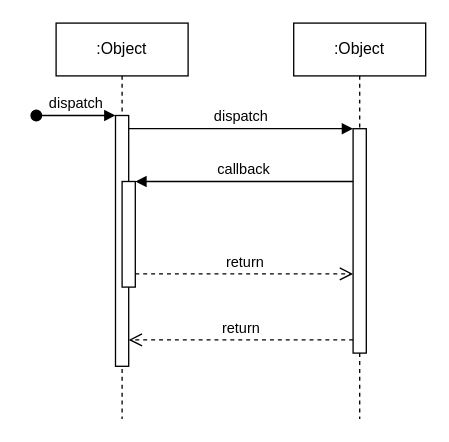
The draw.io diagram Docs/Untitled Diagram.drawio in CrashingGuru/FGAN-Build-a-thon, before the edit. Source tidied: cells renumbered, new cells numbered last; positions are measured from the earlier drawing's top-left corner, leaving out a move shared by most shapes. Both pictures are drawn from the tidied source at 132%, with x=0, y=0 at pixel (36, 22).
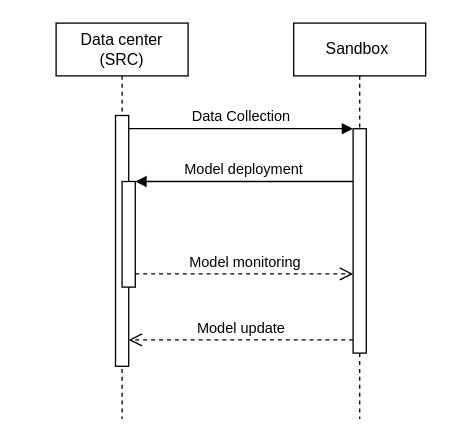
Above is the later version.

The edit, as a diff of the source:
```diff
@@
 <mxGraphModel>
   <root>
     <mxCell id="0" />
     <mxCell id="1" parent="0" />
-    <mxCell id="2" value=":Object" style="shape=umlLifeline;perimeter=lifelinePerimeter;whiteSpace=wrap;html=1;newEdgeStyle={&quot;edgeStyle&quot;:&quot;elbowEdgeStyle&quot;,&quot;elbow&quot;:&quot;vertical&quot;,&quot;curved&quot;:0,&quot;rounded&quot;:0};" parent="1" vertex="1">
+    <mxCell id="2" value="Data center (SRC)" style="shape=umlLifeline;perimeter=lifelinePerimeter;whiteSpace=wrap;html=1;newEdgeStyle={&quot;edgeStyle&quot;:&quot;elbowEdgeStyle&quot;,&quot;elbow&quot;:&quot;vertical&quot;,&quot;curved&quot;:0,&quot;rounded&quot;:0};" parent="1" vertex="1">
       <mxGeometry x="15" width="100" height="300" as="geometry" />
     </mxCell>
     <mxCell id="3" style="html=1;points=[];perimeter=orthogonalPerimeter;outlineConnect=0;targetShapes=umlLifeline;portConstraint=eastwest;newEdgeStyle={&quot;edgeStyle&quot;:&quot;elbowEdgeStyle&quot;,&quot;elbow&quot;:&quot;vertical&quot;,&quot;curved&quot;:0,&quot;rounded&quot;:0};" parent="2" vertex="1">
       <mxGeometry x="45" y="70" width="10" height="190" as="geometry" />
     </mxCell>
-    <mxCell id="4" value="dispatch" style="html=1;verticalAlign=bottom;startArrow=oval;endArrow=block;startSize=8;edgeStyle=elbowEdgeStyle;elbow=vertical;curved=0;rounded=0;" parent="2" edge="1" target="3">
-      <mxGeometry relative="1" as="geometry">
-        <mxPoint x="-15" y="70" as="sourcePoint" />
-      </mxGeometry>
-    </mxCell>
     <mxCell id="5" style="html=1;points=[];perimeter=orthogonalPerimeter;outlineConnect=0;targetShapes=umlLifeline;portConstraint=eastwest;newEdgeStyle={&quot;edgeStyle&quot;:&quot;elbowEdgeStyle&quot;,&quot;elbow&quot;:&quot;vertical&quot;,&quot;curved&quot;:0,&quot;rounded&quot;:0};" parent="2" vertex="1">
       <mxGeometry x="50" y="120" width="10" height="80" as="geometry" />
     </mxCell>
-    <mxCell id="6" value=":Object" style="shape=umlLifeline;perimeter=lifelinePerimeter;whiteSpace=wrap;html=1;newEdgeStyle={&quot;edgeStyle&quot;:&quot;elbowEdgeStyle&quot;,&quot;elbow&quot;:&quot;vertical&quot;,&quot;curved&quot;:0,&quot;rounded&quot;:0};" parent="1" vertex="1">
+    <mxCell id="6" value="Sandbox&amp;nbsp;" style="shape=umlLifeline;perimeter=lifelinePerimeter;whiteSpace=wrap;html=1;newEdgeStyle={&quot;edgeStyle&quot;:&quot;elbowEdgeStyle&quot;,&quot;elbow&quot;:&quot;vertical&quot;,&quot;curved&quot;:0,&quot;rounded&quot;:0};" parent="1" vertex="1">
       <mxGeometry x="195" width="100" height="300" as="geometry" />
     </mxCell>
     <mxCell id="7" style="html=1;points=[];perimeter=orthogonalPerimeter;outlineConnect=0;targetShapes=umlLifeline;portConstraint=eastwest;newEdgeStyle={&quot;edgeStyle&quot;:&quot;elbowEdgeStyle&quot;,&quot;elbow&quot;:&quot;vertical&quot;,&quot;curved&quot;:0,&quot;rounded&quot;:0};" parent="6" vertex="1">
       <mxGeometry x="45" y="80" width="10" height="170" as="geometry" />
     </mxCell>
-    <mxCell id="8" value="dispatch" style="html=1;verticalAlign=bottom;endArrow=block;edgeStyle=elbowEdgeStyle;elbow=vertical;curved=0;rounded=0;" parent="1" edge="1" source="3" target="7">
+    <mxCell id="8" value="Data Collection" style="html=1;verticalAlign=bottom;endArrow=block;edgeStyle=elbowEdgeStyle;elbow=vertical;curved=0;rounded=0;" parent="1" edge="1" source="3" target="7">
       <mxGeometry relative="1" as="geometry">
         <Array as="points">
           <mxPoint x="155" y="80" />
         </Array>
       </mxGeometry>
     </mxCell>
-    <mxCell id="9" value="return" style="html=1;verticalAlign=bottom;endArrow=open;dashed=1;endSize=8;edgeStyle=elbowEdgeStyle;elbow=vertical;curved=0;rounded=0;" parent="1" edge="1" source="7" target="3">
+    <mxCell id="9" value="Model update" style="html=1;verticalAlign=bottom;endArrow=open;dashed=1;endSize=8;edgeStyle=elbowEdgeStyle;elbow=vertical;curved=0;rounded=0;" parent="1" edge="1" source="7" target="3">
       <mxGeometry relative="1" as="geometry">
         <Array as="points">
           <mxPoint x="165" y="240" />
         </Array>
       </mxGeometry>
     </mxCell>
-    <mxCell id="10" value="callback" style="html=1;verticalAlign=bottom;endArrow=block;edgeStyle=elbowEdgeStyle;elbow=vertical;curved=0;rounded=0;" parent="1" edge="1" source="7" target="5">
+    <mxCell id="10" value="Model deployment" style="html=1;verticalAlign=bottom;endArrow=block;edgeStyle=elbowEdgeStyle;elbow=vertical;curved=0;rounded=0;" parent="1" edge="1" source="7" target="5">
       <mxGeometry relative="1" as="geometry">
         <Array as="points">
           <mxPoint x="165" y="120" />
         </Array>
       </mxGeometry>
     </mxCell>
-    <mxCell id="11" value="return" style="html=1;verticalAlign=bottom;endArrow=open;dashed=1;endSize=8;edgeStyle=elbowEdgeStyle;elbow=vertical;curved=0;rounded=0;" parent="1" edge="1" source="5" target="7">
+    <mxCell id="11" value="Model monitoring" style="html=1;verticalAlign=bottom;endArrow=open;dashed=1;endSize=8;edgeStyle=elbowEdgeStyle;elbow=vertical;curved=0;rounded=0;" parent="1" edge="1" source="5" target="7">
       <mxGeometry relative="1" as="geometry">
         <Array as="points">
           <mxPoint x="155" y="190" />
         </Array>
       </mxGeometry>
     </mxCell>
   </root>
 </mxGraphModel>
```
